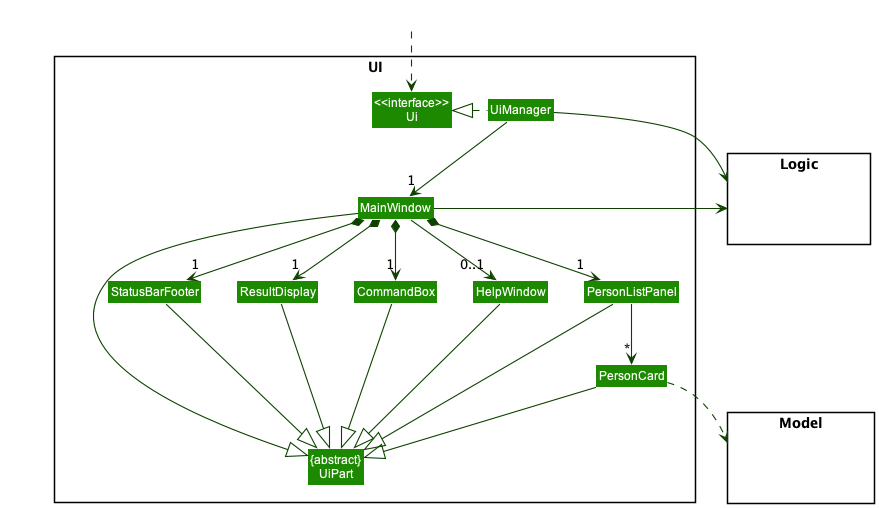
The PlantUML diagram docs/images/UiClassDiagram.png in nus-cs2103-AY2223S1/tp, before a commit.
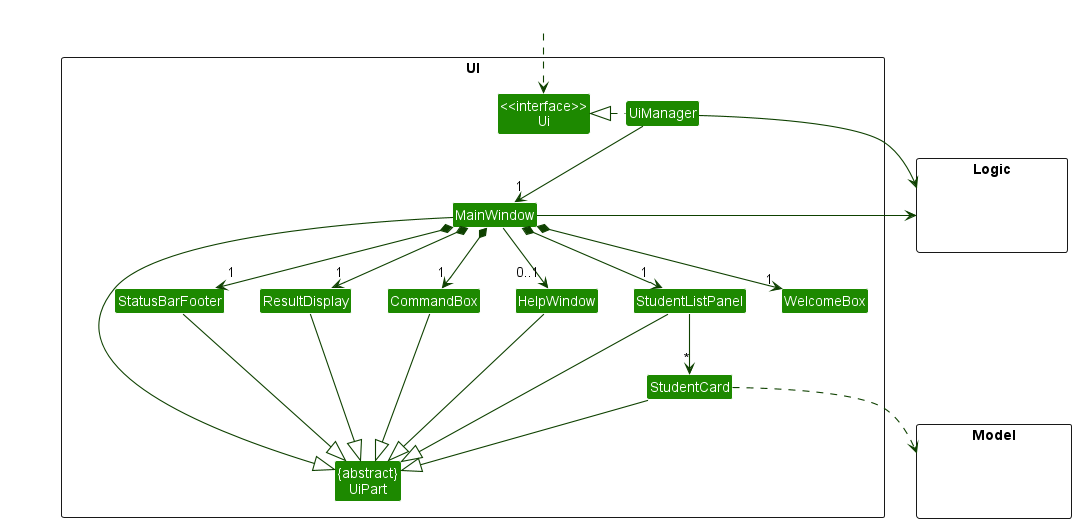
Later version of the same file.

Commit message:
Update class diagram for UI

The edit, as a diff of the source:
```diff
@@ -11,10 +11,11 @@
 Class MainWindow
 Class HelpWindow
 Class ResultDisplay
-Class PersonListPanel
-Class PersonCard
+Class StudentListPanel
+Class StudentCard
 Class StatusBarFooter
 Class CommandBox
+Class WelcomeBox
 }
 
 package Model <<Rectangle>> {
@@ -32,26 +33,27 @@
 UiManager -down-> "1" MainWindow
 MainWindow *-down->  "1" CommandBox
 MainWindow *-down-> "1" ResultDisplay
-MainWindow *-down-> "1" PersonListPanel
+MainWindow *-down-> "1" StudentListPanel
 MainWindow *-down-> "1" StatusBarFooter
+MainWindow *-down-> "1" WelcomeBox
 MainWindow --> "0..1" HelpWindow
 
-PersonListPanel -down-> "*" PersonCard
+StudentListPanel -down-> "*" StudentCard
 
 MainWindow -left-|> UiPart
 
 ResultDisplay --|> UiPart
 CommandBox --|> UiPart
-PersonListPanel --|> UiPart
-PersonCard --|> UiPart
+StudentListPanel --|> UiPart
+StudentCard --|> UiPart
 StatusBarFooter --|> UiPart
 HelpWindow --|> UiPart
 
-PersonCard ..> Model
+StudentCard ..> Model
 UiManager -right-> Logic
 MainWindow -left-> Logic
 
-PersonListPanel -[hidden]left- HelpWindow
+StudentListPanel -[hidden]left- HelpWindow
 HelpWindow -[hidden]left- CommandBox
 CommandBox -[hidden]left- ResultDisplay
 ResultDisplay -[hidden]left- StatusBarFooter
```
